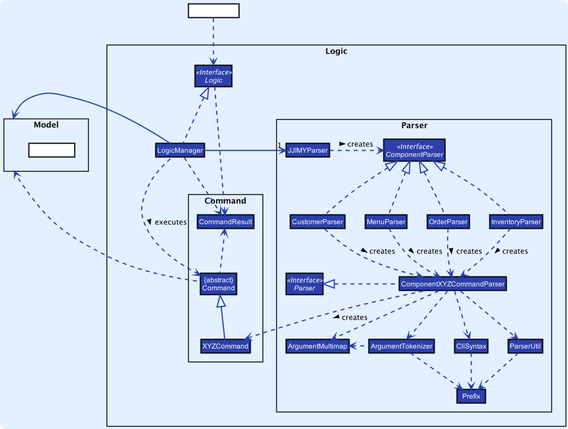
The PlantUML diagram docs/images/LogicClassDiagram.png in nus-cs2103-AY2021S2/tp, before a commit. Its source is kept beside it as docs/diagrams/LogicClassDiagram.puml.
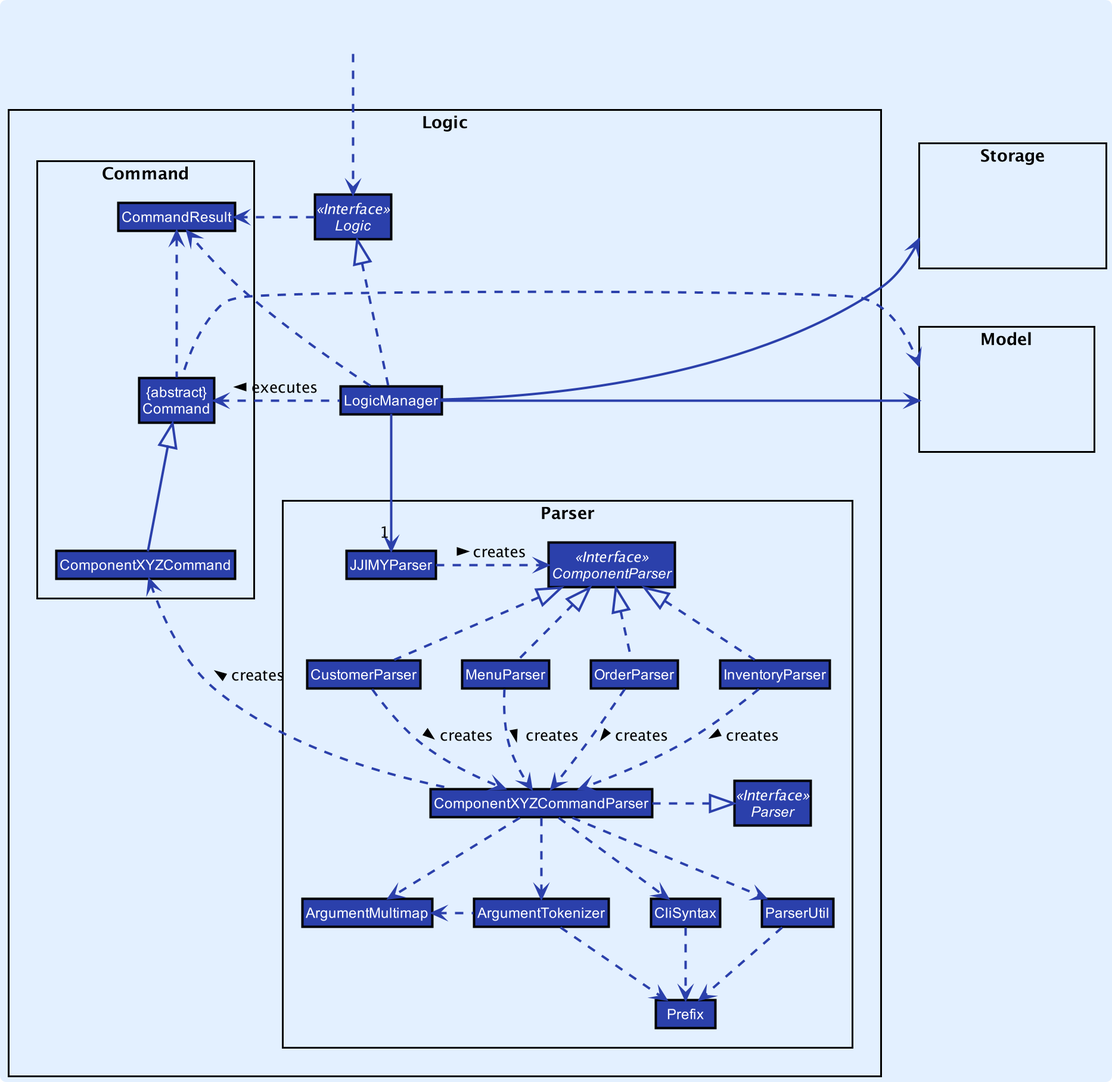
After the change.

What changed in the source:
```diff
@@ -8,9 +8,9 @@
     BackgroundColor #white
 }
 
-package Logic {
+package Logic{
 
-package Parser {
+package Parser as parser{
 Interface Parser <<Interface>>
 Class JJIMYParser
 Interface ComponentParser <<Interface>>
@@ -26,8 +26,8 @@
 Class Prefix
 }
 
-package Command {
-Class XYZCommand
+package Command as command {
+Class ComponentXYZCommand
 Class CommandResult
 Class "{abstract}\nCommand" as Command
 }
@@ -37,13 +37,17 @@
 }
 
 package Model{
-Class HiddenModel #FFFFFF
+Class HiddenModel<<hidden>>
 }
 
-Class HiddenOutside #FFFFFF
-HiddenOutside ..> Logic
+package Storage{
+Class HiddenStorage<<hidden>>
+}
 
-LogicManager --> "1" JJIMYParser
+Class HiddenOutside<<hidden>>
+HiddenOutside .down.> Logic
+
+LogicManager -down-> "1" JJIMYParser
 JJIMYParser .right.> ComponentParser: creates >
 CustomerParser .up.|> ComponentParser
 MenuParser .up.|> ComponentParser
@@ -54,8 +58,8 @@
 OrderParser ..> ComponentXYZCommandParser: creates >
 InventoryParser ..> ComponentXYZCommandParser: creates >
 
-ComponentXYZCommandParser ..> XYZCommand: creates >
-ComponentXYZCommandParser .left.|> Parser : \t\t\t
+ComponentXYZCommandParser .left.> ComponentXYZCommand: creates >
+ComponentXYZCommandParser .right.|> Parser : \t
 ComponentXYZCommandParser ..> ArgumentMultimap
 ComponentXYZCommandParser ..> ArgumentTokenizer
 ArgumentTokenizer .left.> ArgumentMultimap
@@ -65,15 +69,16 @@
 ParserUtil .down.> Prefix
 ArgumentTokenizer .down.> Prefix
 
+ComponentXYZCommand -up-|> Command
+Command .up.> CommandResult
+LogicManager .down.> CommandResult
+
 LogicManager .up.|> Logic
-XYZCommand -up-|> Command
 LogicManager .left.> Command : executes >
 
-LogicManager -left-> Model
+LogicManager -up-> Storage
+LogicManager -down-> Model
 Command .left.> Model
 
-Logic ..> CommandResult
-LogicManager .down.> CommandResult
-Command .up.> CommandResult
-CommandResult -[hidden]-> Parser
+Logic .right.> CommandResult
 @enduml
```
